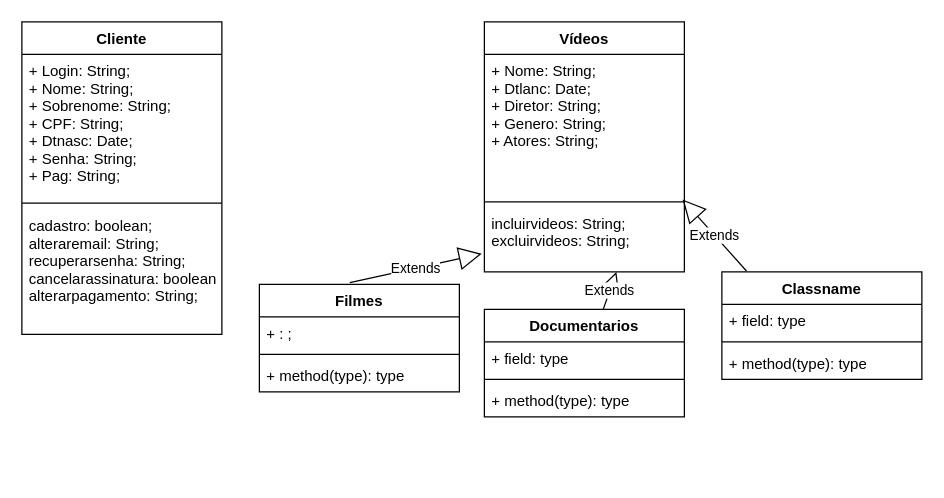
Pablo-Gobbi/Ativi1_Desenvolvimento keeps this draw.io diagram as Atividade1_Pablo_Camila_Maria.drawio. Above is the earlier version. Source tidied: cells renumbered, new cells numbered last; positions are measured from the earlier drawing's top-left corner, leaving out a move shared by most shapes. Both pictures are drawn from the tidied source at 125%, with x=0, y=0 at pixel (21, 21).
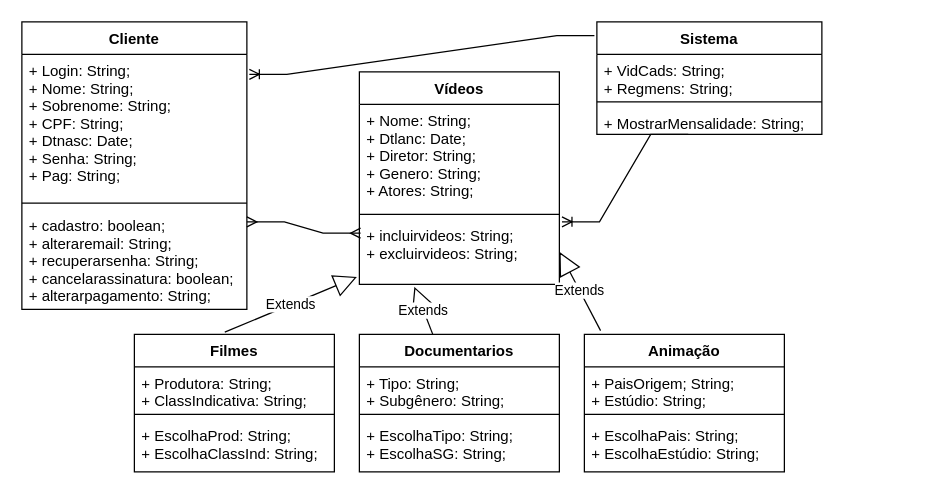
After the change.

What changed in the source:
```diff
@@
     <mxCell id="2" value="Cliente" style="swimlane;fontStyle=1;align=center;verticalAlign=top;horizontal=1;startSize=26;" parent="1" vertex="1">
-      <mxGeometry width="160" height="250" as="geometry" />
+      <mxGeometry width="180" height="230" as="geometry" />
     </mxCell>
     <mxCell id="3" value="+ Login: String;&#10;+ Nome: String;&#10;+ Sobrenome: String;&#10;+ CPF: String;&#10;+ Dtnasc: Date;&#10;+ Senha: String;&#10;+ Pag: String;" style="text;strokeColor=none;fillColor=none;align=left;verticalAlign=top;spacingLeft=4;spacingRight=4;overflow=hidden;points=[[0,0.5],[1,0.5]];portConstraint=eastwest;" parent="2" vertex="1">
-      <mxGeometry y="26" width="160" height="114" as="geometry" />
+      <mxGeometry y="26" width="180" height="114" as="geometry" />
     </mxCell>
     <mxCell id="4" style="line;strokeWidth=1;fillColor=none;align=left;verticalAlign=middle;spacingTop=-1;spacingLeft=3;spacingRight=3;labelPosition=right;" parent="2" vertex="1">
-      <mxGeometry y="140" width="160" height="10" as="geometry" />
+      <mxGeometry y="140" width="180" height="10" as="geometry" />
     </mxCell>
-    <mxCell id="5" value="cadastro: boolean;&#10;alteraremail: String;&#10;recuperarsenha: String;&#10;cancelarassinatura: boolean;&#10;alterarpagamento: String;&#10;" style="text;strokeColor=none;fillColor=none;align=left;verticalAlign=top;spacingLeft=4;spacingRight=4;overflow=hidden;" parent="2" vertex="1">
-      <mxGeometry y="150" width="160" height="100" as="geometry" />
+    <mxCell id="5" value="+ cadastro: boolean;&#10;+ alteraremail: String;&#10;+ recuperarsenha: String;&#10;+ cancelarassinatura: boolean;&#10;+ alterarpagamento: String;&#10;" style="text;strokeColor=none;fillColor=none;align=left;verticalAlign=top;spacingLeft=4;spacingRight=4;overflow=hidden;" parent="2" vertex="1">
+      <mxGeometry y="150" width="180" height="80" as="geometry" />
     </mxCell>
     <mxCell id="6" value="Vídeos" style="swimlane;fontStyle=1;align=center;verticalAlign=top;horizontal=1;startSize=26;" parent="1" vertex="1">
-      <mxGeometry x="370" width="160" height="200" as="geometry" />
+      <mxGeometry x="270" y="40" width="160" height="170" as="geometry" />
     </mxCell>
     <mxCell id="7" value="+ Nome: String;&#10;+ Dtlanc: Date;&#10;+ Diretor: String;&#10;+ Genero: String;&#10;+ Atores: String;" style="text;strokeColor=none;fillColor=none;align=left;verticalAlign=top;spacingLeft=4;spacingRight=4;overflow=hidden;" parent="6" vertex="1">
-      <mxGeometry y="26" width="160" height="114" as="geometry" />
+      <mxGeometry y="26" width="160" height="84" as="geometry" />
     </mxCell>
     <mxCell id="8" style="line;strokeWidth=1;fillColor=none;align=left;verticalAlign=middle;spacingTop=-1;spacingLeft=3;spacingRight=3;labelPosition=right;points=[];portConstraint=eastwest;" parent="6" vertex="1">
-      <mxGeometry y="140" width="160" height="8" as="geometry" />
+      <mxGeometry y="110" width="160" height="8" as="geometry" />
     </mxCell>
-    <mxCell id="9" value="incluirvideos: String;&#10;excluirvideos: String;" style="text;strokeColor=none;fillColor=none;align=left;verticalAlign=top;spacingLeft=4;spacingRight=4;overflow=hidden;points=[[0,0.5],[1,0.5]];portConstraint=eastwest;" parent="6" vertex="1">
-      <mxGeometry y="148" width="160" height="52" as="geometry" />
+    <mxCell id="9" value="+ incluirvideos: String;&#10;+ excluirvideos: String;" style="text;strokeColor=none;fillColor=none;align=left;verticalAlign=top;spacingLeft=4;spacingRight=4;overflow=hidden;points=[[0,0.5],[1,0.5]];portConstraint=eastwest;" parent="6" vertex="1">
+      <mxGeometry y="118" width="160" height="52" as="geometry" />
     </mxCell>
-    <mxCell id="10" value="Extends" style="endArrow=block;endSize=16;endFill=0;html=1;rounded=0;entryX=-0.013;entryY=0.721;entryDx=0;entryDy=0;entryPerimeter=0;exitX=0.452;exitY=-0.016;exitDx=0;exitDy=0;exitPerimeter=0;" parent="1" edge="1" source="11" target="9">
+    <mxCell id="10" value="Extends" style="endArrow=block;endSize=16;endFill=0;html=1;rounded=0;entryX=-0.012;entryY=0.885;entryDx=0;entryDy=0;entryPerimeter=0;exitX=0.452;exitY=-0.016;exitDx=0;exitDy=0;exitPerimeter=0;" parent="1" edge="1" source="11" target="9">
       <mxGeometry relative="1" as="geometry" />
     </mxCell>
     <mxCell id="11" value="Filmes" style="swimlane;fontStyle=1;align=center;verticalAlign=top;horizontal=1;startSize=26;" parent="1" vertex="1">
-      <mxGeometry x="190" y="210" width="160" height="86" as="geometry" />
+      <mxGeometry x="90" y="250" width="160" height="110" as="geometry" />
     </mxCell>
-    <mxCell id="12" value="+ : ;" style="text;strokeColor=none;fillColor=none;align=left;verticalAlign=top;spacingLeft=4;spacingRight=4;overflow=hidden;" parent="11" vertex="1">
-      <mxGeometry y="26" width="160" height="26" as="geometry" />
+    <mxCell id="12" value="+ Produtora: String;&#10;+ ClassIndicativa: String;" style="text;strokeColor=none;fillColor=none;align=left;verticalAlign=top;spacingLeft=4;spacingRight=4;overflow=hidden;" parent="11" vertex="1">
+      <mxGeometry y="26" width="160" height="34" as="geometry" />
     </mxCell>
     <mxCell id="13" style="line;strokeWidth=1;fillColor=none;align=left;verticalAlign=middle;spacingTop=-1;spacingLeft=3;spacingRight=3;labelPosition=right;" parent="11" vertex="1">
-      <mxGeometry y="52" width="160" height="8" as="geometry" />
+      <mxGeometry y="60" width="160" height="8" as="geometry" />
     </mxCell>
-    <mxCell id="14" value="+ method(type): type" style="text;strokeColor=none;fillColor=none;align=left;verticalAlign=top;spacingLeft=4;spacingRight=4;overflow=hidden;" parent="11" vertex="1">
-      <mxGeometry y="60" width="160" height="26" as="geometry" />
+    <mxCell id="14" value="+ EscolhaProd: String;&#10;+ EscolhaClassInd: String;" style="text;align=left;verticalAlign=top;spacingLeft=4;spacingRight=4;overflow=hidden;" parent="11" vertex="1">
+      <mxGeometry y="68" width="160" height="42" as="geometry" />
     </mxCell>
     <mxCell id="15" value="Documentarios" style="swimlane;fontStyle=1;align=center;verticalAlign=top;horizontal=1;startSize=26;" parent="1" vertex="1">
-      <mxGeometry x="370" y="230" width="160" height="86" as="geometry" />
+      <mxGeometry x="270" y="250" width="160" height="110" as="geometry" />
     </mxCell>
-    <mxCell id="16" value="+ field: type" style="text;strokeColor=none;fillColor=none;align=left;verticalAlign=top;spacingLeft=4;spacingRight=4;overflow=hidden;" parent="15" vertex="1">
-      <mxGeometry y="26" width="160" height="26" as="geometry" />
+    <mxCell id="16" value="+ Tipo: String;&#10;+ Subgênero: String;" style="text;strokeColor=none;fillColor=none;align=left;verticalAlign=top;spacingLeft=4;spacingRight=4;overflow=hidden;" parent="15" vertex="1">
+      <mxGeometry y="26" width="160" height="34" as="geometry" />
     </mxCell>
     <mxCell id="17" style="line;strokeWidth=1;fillColor=none;align=left;verticalAlign=middle;spacingTop=-1;spacingLeft=3;spacingRight=3;labelPosition=right;" parent="15" vertex="1">
-      <mxGeometry y="52" width="160" height="8" as="geometry" />
+      <mxGeometry y="60" width="160" height="8" as="geometry" />
     </mxCell>
-    <mxCell id="18" value="+ method(type): type" style="text;strokeColor=none;fillColor=none;align=left;verticalAlign=top;spacingLeft=4;spacingRight=4;overflow=hidden;" parent="15" vertex="1">
-      <mxGeometry y="60" width="160" height="26" as="geometry" />
+    <mxCell id="18" value="+ EscolhaTipo: String;&#10;+ EscolhaSG: String;" style="text;strokeColor=none;fillColor=none;align=left;verticalAlign=top;spacingLeft=4;spacingRight=4;overflow=hidden;" parent="15" vertex="1">
+      <mxGeometry y="68" width="160" height="42" as="geometry" />
     </mxCell>
-    <mxCell id="19" value="Classname" style="swimlane;fontStyle=1;align=center;verticalAlign=top;horizontal=1;startSize=26;" parent="1" vertex="1">
-      <mxGeometry x="560" y="200" width="160" height="86" as="geometry" />
+    <mxCell id="19" value="Animação" style="swimlane;fontStyle=1;align=center;verticalAlign=top;horizontal=1;startSize=26;" parent="1" vertex="1">
+      <mxGeometry x="450" y="250" width="160" height="110" as="geometry" />
     </mxCell>
-    <mxCell id="20" value="+ field: type" style="text;strokeColor=none;fillColor=none;align=left;verticalAlign=top;spacingLeft=4;spacingRight=4;overflow=hidden;" parent="19" vertex="1">
-      <mxGeometry y="26" width="160" height="26" as="geometry" />
+    <mxCell id="20" value="+ PaisOrigem; String;&#10;+ Estúdio: String;" style="text;strokeColor=none;fillColor=none;align=left;verticalAlign=top;spacingLeft=4;spacingRight=4;overflow=hidden;" parent="19" vertex="1">
+      <mxGeometry y="26" width="160" height="34" as="geometry" />
     </mxCell>
     <mxCell id="21" style="line;strokeWidth=1;fillColor=none;align=left;verticalAlign=middle;spacingTop=-1;spacingLeft=3;spacingRight=3;labelPosition=right;" parent="19" vertex="1">
-      <mxGeometry y="52" width="160" height="8" as="geometry" />
+      <mxGeometry y="60" width="160" height="8" as="geometry" />
     </mxCell>
-    <mxCell id="22" value="+ method(type): type" style="text;strokeColor=none;fillColor=none;align=left;verticalAlign=top;spacingLeft=4;spacingRight=4;overflow=hidden;" parent="19" vertex="1">
-      <mxGeometry y="60" width="160" height="26" as="geometry" />
+    <mxCell id="22" value="+ EscolhaPais: String;&#10;+ EscolhaEstúdio: String;" style="text;strokeColor=none;fillColor=none;align=left;verticalAlign=top;spacingLeft=4;spacingRight=4;overflow=hidden;" parent="19" vertex="1">
+      <mxGeometry y="68" width="160" height="42" as="geometry" />
     </mxCell>
+    <mxCell id="24" value="Extends" style="endArrow=block;endSize=16;endFill=0;html=1;rounded=0;entryX=0.275;entryY=1.038;entryDx=0;entryDy=0;entryPerimeter=0;" parent="1" edge="1" source="15" target="9">
+      <mxGeometry relative="1" as="geometry" />
+    </mxCell>
+    <mxCell id="25" value="Sistema" style="swimlane;fontStyle=1;align=center;verticalAlign=top;horizontal=1;startSize=26;" parent="1" vertex="1">
+      <mxGeometry x="460" width="180" height="90" as="geometry" />
+    </mxCell>
+    <mxCell id="26" value="+ VidCads: String;&#10;+ Regmens: String;" style="text;strokeColor=none;fillColor=none;align=left;verticalAlign=top;spacingLeft=4;spacingRight=4;overflow=hidden;" parent="25" vertex="1">
+      <mxGeometry y="26" width="180" height="34" as="geometry" />
+    </mxCell>
+    <mxCell id="27" style="line;strokeWidth=1;fillColor=none;align=left;verticalAlign=middle;spacingTop=-1;spacingLeft=3;spacingRight=3;labelPosition=right;" parent="25" vertex="1">
+      <mxGeometry y="60" width="180" height="8" as="geometry" />
+    </mxCell>
+    <mxCell id="28" value="+ MostrarMensalidade: String;" style="text;align=left;verticalAlign=top;spacingLeft=4;spacingRight=4;overflow=hidden;points=[[0,0.5],[1,0.5]];portConstraint=eastwest;" parent="25" vertex="1">
+      <mxGeometry y="68" width="180" height="22" as="geometry" />
+    </mxCell>
-    <mxCell id="23" value="Extends" style="endArrow=block;endSize=16;endFill=0;html=1;rounded=0;entryX=0.991;entryY=0.254;entryDx=0;entryDy=0;entryPerimeter=0;exitX=0.123;exitY=-0.008;exitDx=0;exitDy=0;exitPerimeter=0;" parent="1" edge="1" source="19" target="8">
+    <mxCell id="23" value="Extends" style="endArrow=block;endSize=16;endFill=0;html=1;rounded=0;entryX=1;entryY=0.5;entryDx=0;entryDy=0;exitX=0.081;exitY=-0.027;exitDx=0;exitDy=0;exitPerimeter=0;" parent="1" edge="1" source="19" target="9">
       <mxGeometry relative="1" as="geometry" />
     </mxCell>
-    <mxCell id="24" value="Extends" style="endArrow=block;endSize=16;endFill=0;html=1;rounded=0;entryX=-0.013;entryY=0.721;entryDx=0;entryDy=0;entryPerimeter=0;" parent="1" edge="1" source="15">
-      <mxGeometry relative="1" as="geometry">
-        <mxPoint x="475.6" y="200" as="targetPoint" />
-      </mxGeometry>
-    </mxCell>
+    <mxCell id="29" style="edgeStyle=entityRelationEdgeStyle;fontSize=12;html=1;endArrow=ERmany;startArrow=ERmany;rounded=0;fontFamily=Helvetica;fontColor=default;entryX=0.006;entryY=0.212;entryDx=0;entryDy=0;entryPerimeter=0;" parent="1" edge="1" target="9">
+      <mxGeometry relative="1" as="geometry">
+        <mxPoint x="180" y="160" as="sourcePoint" />
+      </mxGeometry>
+    </mxCell>
+    <mxCell id="30" style="edgeStyle=entityRelationEdgeStyle;fontSize=12;html=1;endArrow=ERoneToMany;rounded=0;fontFamily=Helvetica;fontColor=default;entryX=1.011;entryY=0.14;entryDx=0;entryDy=0;entryPerimeter=0;exitX=-0.011;exitY=0.122;exitDx=0;exitDy=0;exitPerimeter=0;" parent="1" edge="1" source="25" target="3">
+      <mxGeometry relative="1" as="geometry" />
+    </mxCell>
+    <mxCell id="31" style="edgeStyle=entityRelationEdgeStyle;fontSize=12;html=1;endArrow=ERoneToMany;rounded=0;fontFamily=Helvetica;fontColor=default;entryX=1.013;entryY=0.038;entryDx=0;entryDy=0;entryPerimeter=0;exitX=0.406;exitY=1;exitDx=0;exitDy=0;exitPerimeter=0;" parent="1" edge="1" source="28" target="9">
+      <mxGeometry relative="1" as="geometry" />
+    </mxCell>
```
